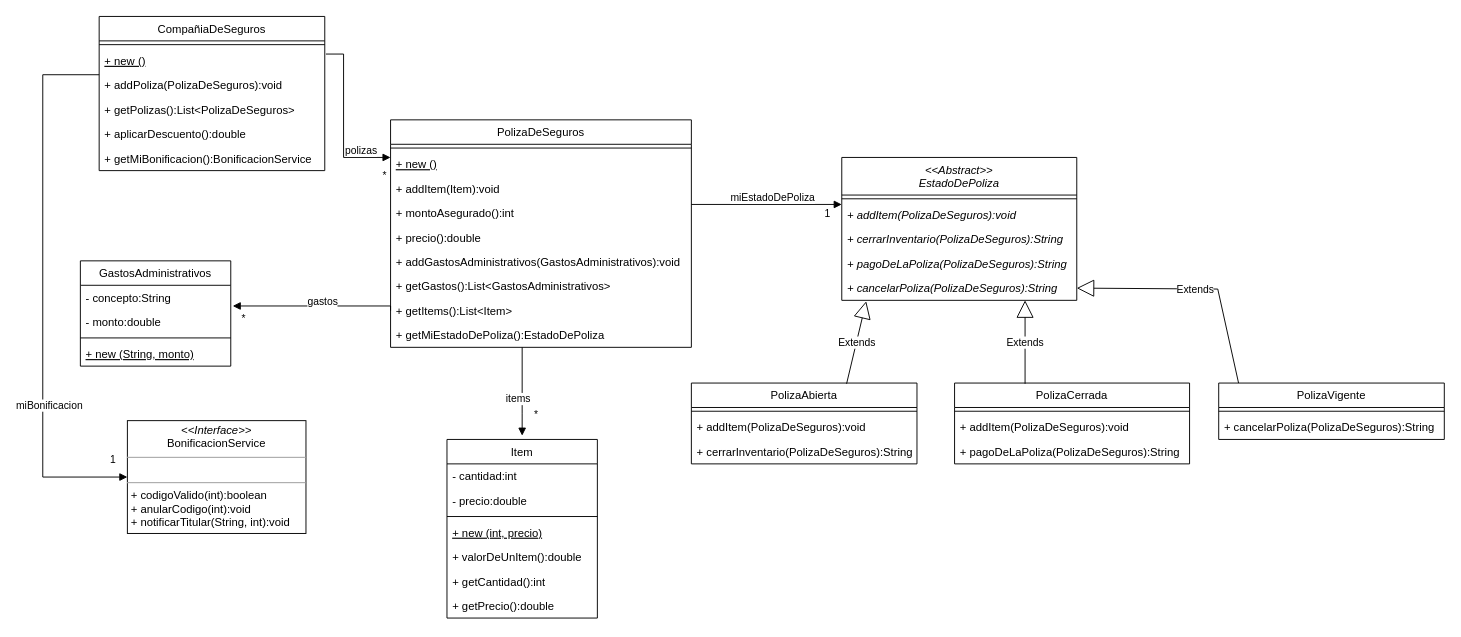
Earlier version of the draw.io diagram unq-po2-1erParcial-2022-CompañiaDeSeguros.drawio (nhubczyk/Diagramas-UML). Source tidied: cells renumbered, new cells numbered last; positions are measured from the earlier drawing's top-left corner, leaving out a move shared by most shapes. Both pictures are drawn from the tidied source at 94%, with x=0, y=0 at pixel (42, 16).
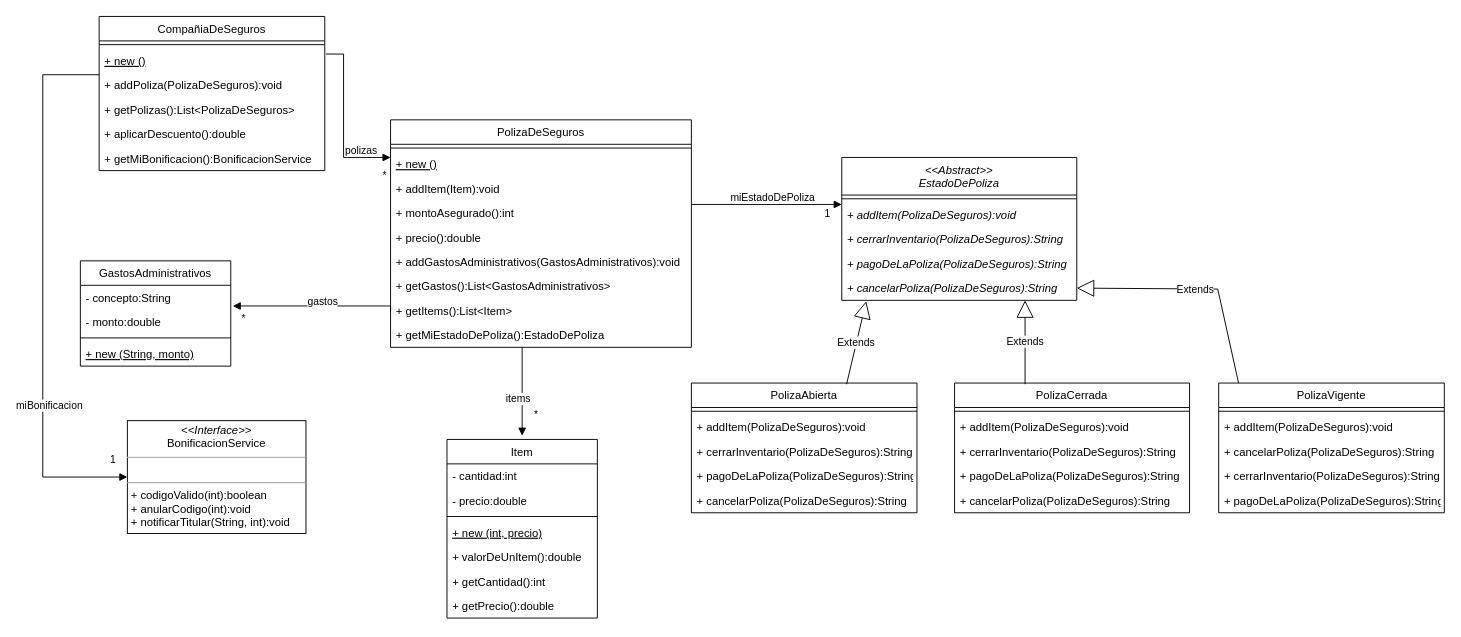
Above is the later version.

Change to the diagram source:
```diff
@@
     <mxCell id="46" value="PolizaAbierta" style="swimlane;fontStyle=0;align=center;verticalAlign=top;horizontal=1;startSize=26;" parent="1" vertex="1">
-      <mxGeometry x="690" y="390" width="240" height="86" as="geometry" />
+      <mxGeometry x="690" y="390" width="240" height="138" as="geometry" />
     </mxCell>
@@
+    <mxCell id="63" value="+ pagoDeLaPoliza(PolizaDeSeguros):String" style="text;strokeColor=none;fillColor=none;align=left;verticalAlign=top;spacingLeft=4;spacingRight=4;overflow=hidden;fontStyle=0;" parent="46" vertex="1">
+      <mxGeometry y="86" width="240" height="26" as="geometry" />
+    </mxCell>
+    <mxCell id="64" value="+ cancelarPoliza(PolizaDeSeguros):String" style="text;strokeColor=none;fillColor=none;align=left;verticalAlign=top;spacingLeft=4;spacingRight=4;overflow=hidden;fontStyle=0;" parent="46" vertex="1">
+      <mxGeometry y="112" width="240" height="26" as="geometry" />
+    </mxCell>
     <mxCell id="50" value="PolizaCerrada" style="swimlane;fontStyle=0;align=center;verticalAlign=top;horizontal=1;startSize=26;" parent="1" vertex="1">
-      <mxGeometry x="970" y="390" width="250" height="86" as="geometry" />
+      <mxGeometry x="970" y="390" width="250" height="138" as="geometry" />
     </mxCell>
@@
+    <mxCell id="65" value="+ cerrarInventario(PolizaDeSeguros):String" style="text;strokeColor=none;fillColor=none;align=left;verticalAlign=top;spacingLeft=4;spacingRight=4;overflow=hidden;fontStyle=0;" parent="50" vertex="1">
+      <mxGeometry y="60" width="250" height="26" as="geometry" />
+    </mxCell>
     <mxCell id="53" value="+ pagoDeLaPoliza(PolizaDeSeguros):String" style="text;strokeColor=none;fillColor=none;align=left;verticalAlign=top;spacingLeft=4;spacingRight=4;overflow=hidden;fontStyle=0;" parent="50" vertex="1">
-      <mxGeometry y="60" width="250" height="26" as="geometry" />
+      <mxGeometry y="86" width="250" height="26" as="geometry" />
     </mxCell>
+    <mxCell id="66" value="+ cancelarPoliza(PolizaDeSeguros):String" style="text;strokeColor=none;fillColor=none;align=left;verticalAlign=top;spacingLeft=4;spacingRight=4;overflow=hidden;fontStyle=0;" parent="50" vertex="1">
+      <mxGeometry y="112" width="250" height="26" as="geometry" />
+    </mxCell>
     <mxCell id="54" value="PolizaVigente" style="swimlane;fontStyle=0;align=center;verticalAlign=top;horizontal=1;startSize=26;" parent="1" vertex="1">
-      <mxGeometry x="1251" y="390" width="240" height="60" as="geometry" />
+      <mxGeometry x="1251" y="390" width="240" height="138" as="geometry" />
     </mxCell>
@@
+    <mxCell id="67" value="+ addItem(PolizaDeSeguros):void" style="text;strokeColor=none;fillColor=none;align=left;verticalAlign=top;spacingLeft=4;spacingRight=4;overflow=hidden;fontStyle=0;" parent="54" vertex="1">
+      <mxGeometry y="34" width="240" height="26" as="geometry" />
+    </mxCell>
     <mxCell id="56" value="+ cancelarPoliza(PolizaDeSeguros):String" style="text;strokeColor=none;fillColor=none;align=left;verticalAlign=top;spacingLeft=4;spacingRight=4;overflow=hidden;fontStyle=0;" parent="54" vertex="1">
-      <mxGeometry y="34" width="240" height="26" as="geometry" />
+      <mxGeometry y="60" width="240" height="26" as="geometry" />
     </mxCell>
+    <mxCell id="68" value="+ cerrarInventario(PolizaDeSeguros):String" style="text;strokeColor=none;fillColor=none;align=left;verticalAlign=top;spacingLeft=4;spacingRight=4;overflow=hidden;fontStyle=0;" parent="54" vertex="1">
+      <mxGeometry y="86" width="240" height="26" as="geometry" />
+    </mxCell>
+    <mxCell id="69" value="+ pagoDeLaPoliza(PolizaDeSeguros):String" style="text;strokeColor=none;fillColor=none;align=left;verticalAlign=top;spacingLeft=4;spacingRight=4;overflow=hidden;fontStyle=0;" parent="54" vertex="1">
+      <mxGeometry y="112" width="240" height="26" as="geometry" />
+    </mxCell>
```
